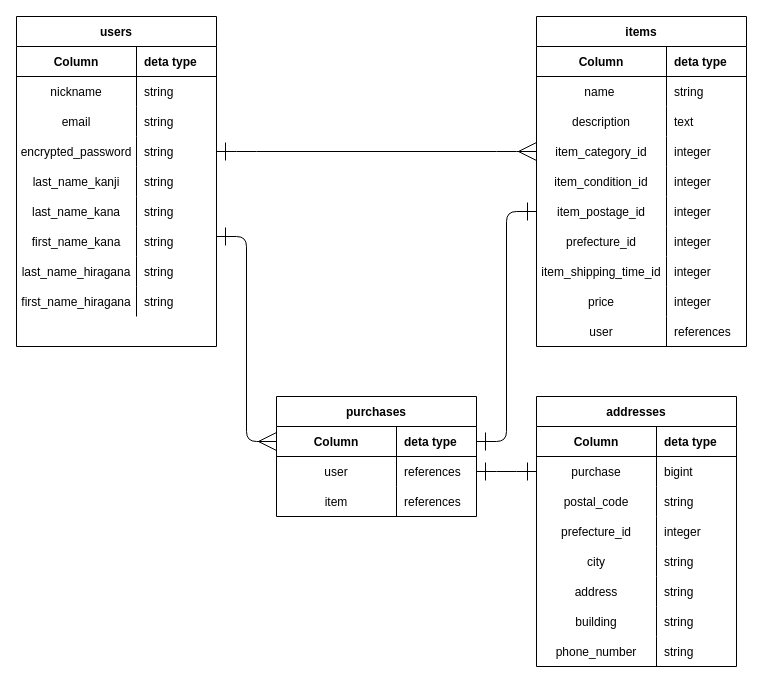
Earlier version of the draw.io diagram ER.dio (Taninokuchi-Y/furima-41761). Source tidied: cells renumbered, new cells numbered last; positions are measured from the earlier drawing's top-left corner, leaving out a move shared by most shapes. Both pictures are drawn from the tidied source at 100%, with x=0, y=0 at pixel (16, 16).
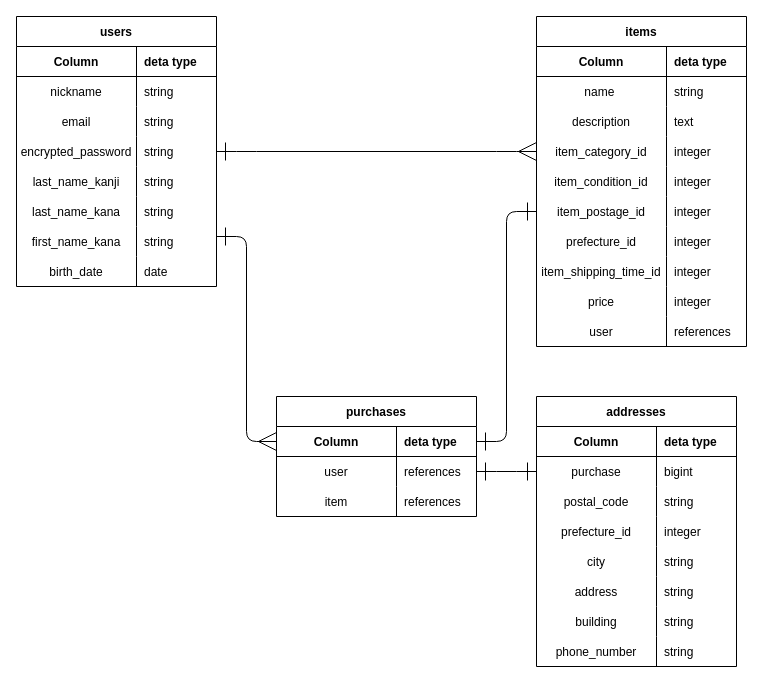
The same page after the edit.

The change refers to these unchanged cells:
```xml
<mxCell id="24" style="shape=tableRow;horizontal=0;startSize=0;swimlaneHead=0;swimlaneBody=0;fillColor=none;top=0;left=0;right=0;bottom=0;" parent="2" vertex="1">
  <mxGeometry y="240" width="200" height="30" as="geometry" />
</mxCell>
```

What changed in the source:
```diff
@@
     <mxCell id="2" value="users" style="shape=table;startSize=30;childLayout=tableLayout;rowLines=0;fontStyle=1;align=center;verticalAlign=middle;" parent="1" vertex="1">
-      <mxGeometry width="200" height="330" as="geometry" />
+      <mxGeometry width="200" height="270" as="geometry" />
     </mxCell>
@@
-    <mxCell id="25" value="last_name_hiragana" style="shape=partialRectangle;fillColor=none;top=0;left=0;bottom=0;right=0;overflow=hidden;" parent="24" vertex="1">
-      <mxGeometry width="120" height="30" as="geometry" />
-    </mxCell>
-    <mxCell id="26" value="string" style="shape=partialRectangle;fillColor=none;top=0;left=0;bottom=0;right=0;align=left;spacingLeft=6;overflow=hidden;" parent="24" vertex="1">
-      <mxGeometry x="120" width="80" height="30" as="geometry" />
-    </mxCell>
-    <mxCell id="27" style="shape=tableRow;horizontal=0;startSize=0;swimlaneHead=0;swimlaneBody=0;fillColor=none;top=0;left=0;right=0;bottom=0;" parent="2" vertex="1">
-      <mxGeometry y="270" width="200" height="30" as="geometry" />
-    </mxCell>
-    <mxCell id="28" value="first_name_hiragana" style="shape=partialRectangle;fillColor=none;top=0;left=0;bottom=0;right=0;overflow=hidden;" parent="27" vertex="1">
-      <mxGeometry width="120" height="30" as="geometry" />
-    </mxCell>
-    <mxCell id="29" value="string" style="shape=partialRectangle;fillColor=none;top=0;left=0;bottom=0;right=0;align=left;spacingLeft=6;overflow=hidden;" parent="27" vertex="1">
-      <mxGeometry x="120" width="80" height="30" as="geometry" />
-    </mxCell>
+    <mxCell id="100" value="birth_date" style="shape=partialRectangle;fillColor=none;top=0;left=0;bottom=0;right=0;overflow=hidden;" parent="24" vertex="1">
+      <mxGeometry width="120" height="30" as="geometry" />
+    </mxCell>
+    <mxCell id="101" value="date" style="shape=partialRectangle;fillColor=none;top=0;left=0;bottom=0;right=0;align=left;spacingLeft=6;overflow=hidden;" parent="24" vertex="1">
+      <mxGeometry x="120" width="80" height="30" as="geometry" />
+    </mxCell>
```
